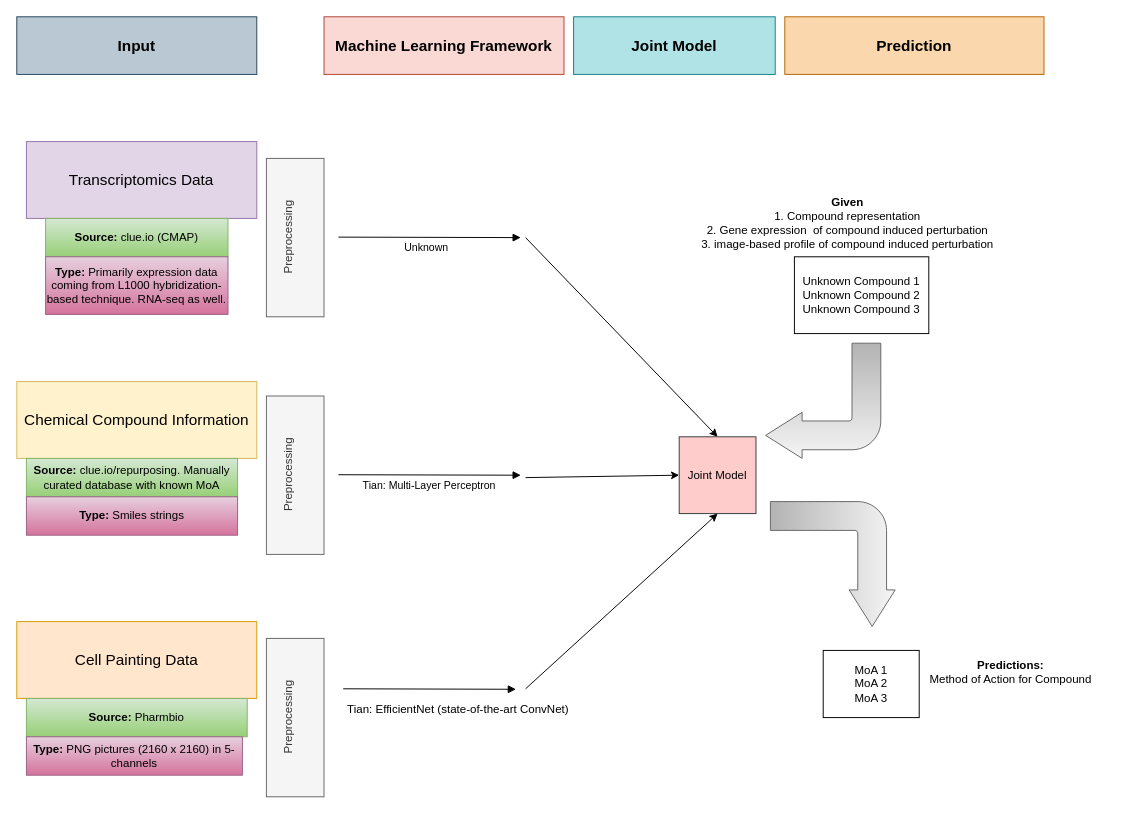
This is Untitled Diagram.drawio from sverige16/m_thesis, a draw.io file, before an edit. Source tidied: cells renumbered, new cells numbered last; positions are measured from the earlier drawing's top-left corner, leaving out a move shared by most shapes. Both pictures are drawn from the tidied source at 96%, with x=0, y=0 at pixel (16, 16).
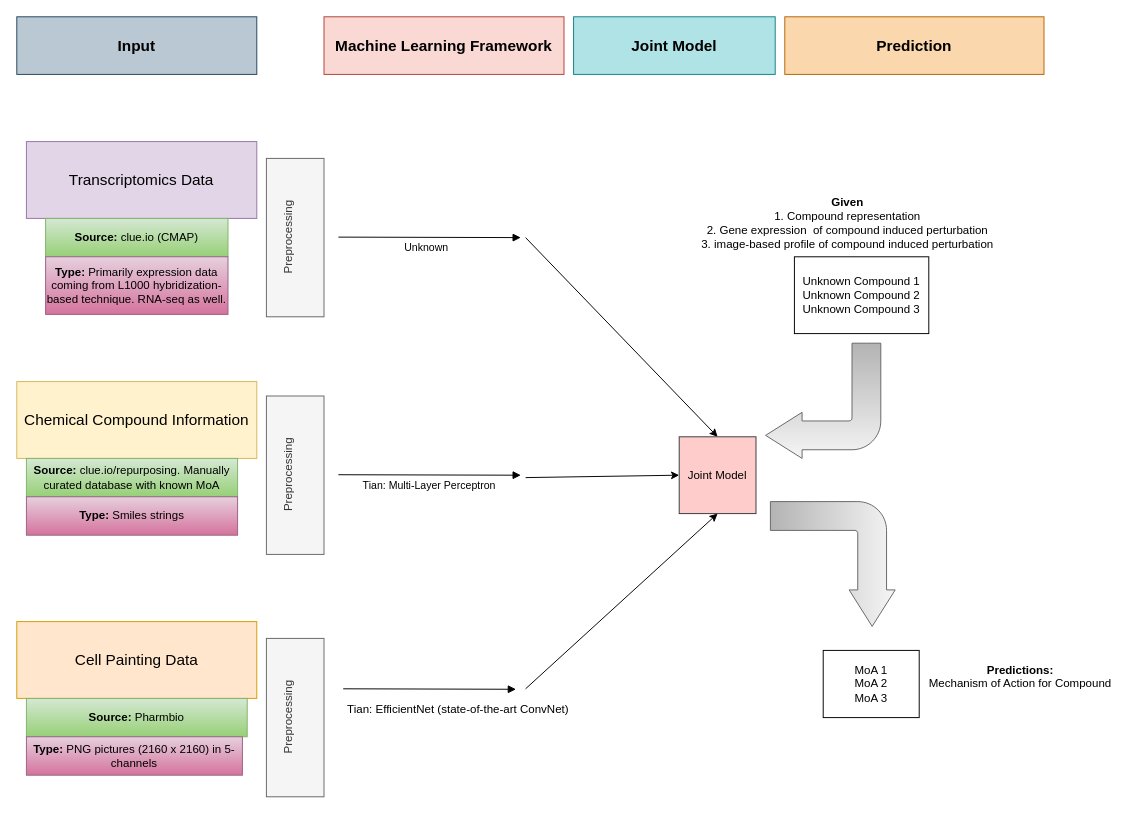
Above is the later version.

Diff of the diagram source:
```diff
@@
-    <mxCell id="30" value="&lt;div&gt;&lt;b&gt;Predictions:&lt;/b&gt;&lt;/div&gt;&lt;div&gt;Method of Action for Compound&lt;/div&gt;&lt;div&gt;&lt;br&gt;&lt;/div&gt;" style="text;html=1;align=center;verticalAlign=middle;strokeColor=none;fillColor=none;fontSize=12;" parent="1" vertex="1">
-      <mxGeometry x="940" y="660" width="190" height="60" as="geometry" />
+    <mxCell id="30" value="&lt;div&gt;&lt;b&gt;Predictions:&lt;/b&gt;&lt;/div&gt;&lt;div&gt;Mechanism of Action for Compound&lt;/div&gt;&lt;div&gt;&lt;br&gt;&lt;/div&gt;" style="text;html=1;align=center;verticalAlign=middle;strokeColor=none;fillColor=none;fontSize=12;" parent="1" vertex="1">
+      <mxGeometry x="940" y="665" width="210" height="60" as="geometry" />
     </mxCell>
```
